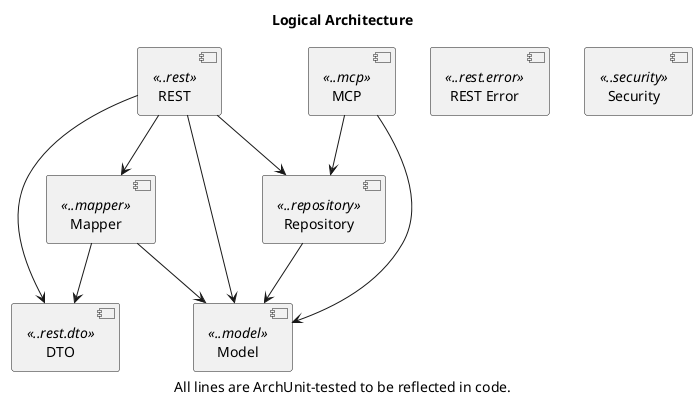
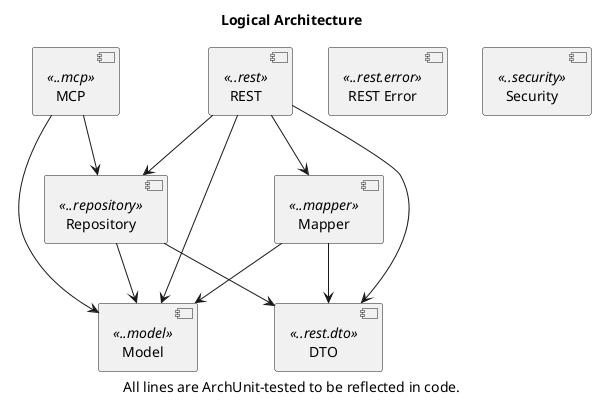
@startuml

title Logical Architecture
caption All lines are ArchUnit-tested to be reflected in code.

[Model] <<..model>>
[Repository] <<..repository>>
[DTO] <<..rest.dto>>
[REST Error] <<..rest.error>>
[Mapper] <<..mapper>>
[REST] <<..rest>>
[Security] <<..security>>
[MCP] <<..mcp>>

[Repository] --> [Model]
+ [Repository] --> [DTO]
[Mapper] --> [Model]
[Mapper] --> [DTO]
[REST] --> [Model]
[REST] --> [Repository]
[REST] --> [Mapper]
[REST] --> [DTO]
[MCP] --> [Model]
[MCP] --> [Repository]

@enduml
